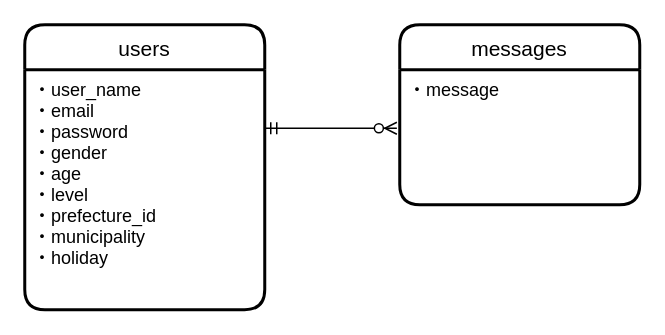
This is tennis-friends.dio from takuya20201003/tennis-friends, a draw.io file, before an edit. Source tidied: cells renumbered, new cells numbered last; positions are measured from the earlier drawing's top-left corner, leaving out a move shared by most shapes. Both pictures are drawn from the tidied source at 150%, with x=0, y=0 at pixel (24, 24).
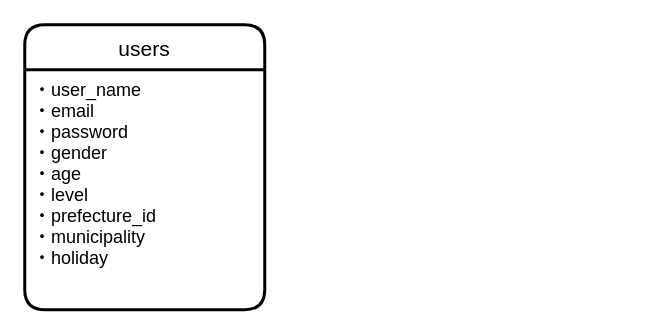
Above is the later version.

Diff of the diagram source:
```diff
@@
 <mxGraphModel>
   <root>
     <mxCell id="0" />
     <mxCell id="1" parent="0" />
     <mxCell id="2" value="users" style="swimlane;horizontal=1;startSize=30;rounded=1;fontSize=14;fontStyle=0;strokeWidth=2;shadow=0;dashed=0;align=center;" parent="1" vertex="1">
       <mxGeometry width="160" height="190" as="geometry" />
     </mxCell>
     <mxCell id="3" value="・user_name&#10;・email&#10;・password&#10;・gender&#10;・age&#10;・level&#10;・prefecture_id&#10;・municipality&#10;・holiday&#10;&#10;" style="align=left;strokeColor=none;fillColor=none;spacingLeft=4;fontSize=12;verticalAlign=top;" parent="2" vertex="1">
       <mxGeometry y="30" width="160" height="160" as="geometry" />
     </mxCell>
-    <mxCell id="4" value="messages" style="swimlane;horizontal=1;startSize=30;rounded=1;fontSize=14;fontStyle=0;strokeWidth=2;shadow=0;dashed=0;align=center;" parent="1" vertex="1">
-      <mxGeometry x="250" width="160" height="120" as="geometry" />
-    </mxCell>
-    <mxCell id="5" value="・message" style="align=left;strokeColor=none;fillColor=none;spacingLeft=4;fontSize=12;verticalAlign=top;" parent="4" vertex="1">
-      <mxGeometry y="30" width="160" height="90" as="geometry" />
-    </mxCell>
-    <mxCell id="6" style="edgeStyle=entityRelationEdgeStyle;fontSize=12;html=1;endArrow=ERzeroToMany;startArrow=ERmandOne;entryX=-0.012;entryY=0.433;entryDx=0;entryDy=0;entryPerimeter=0;" parent="1" edge="1" target="5">
-      <mxGeometry relative="1" as="geometry">
-        <mxPoint x="160" y="69" as="sourcePoint" />
-      </mxGeometry>
-    </mxCell>
   </root>
 </mxGraphModel>
```
